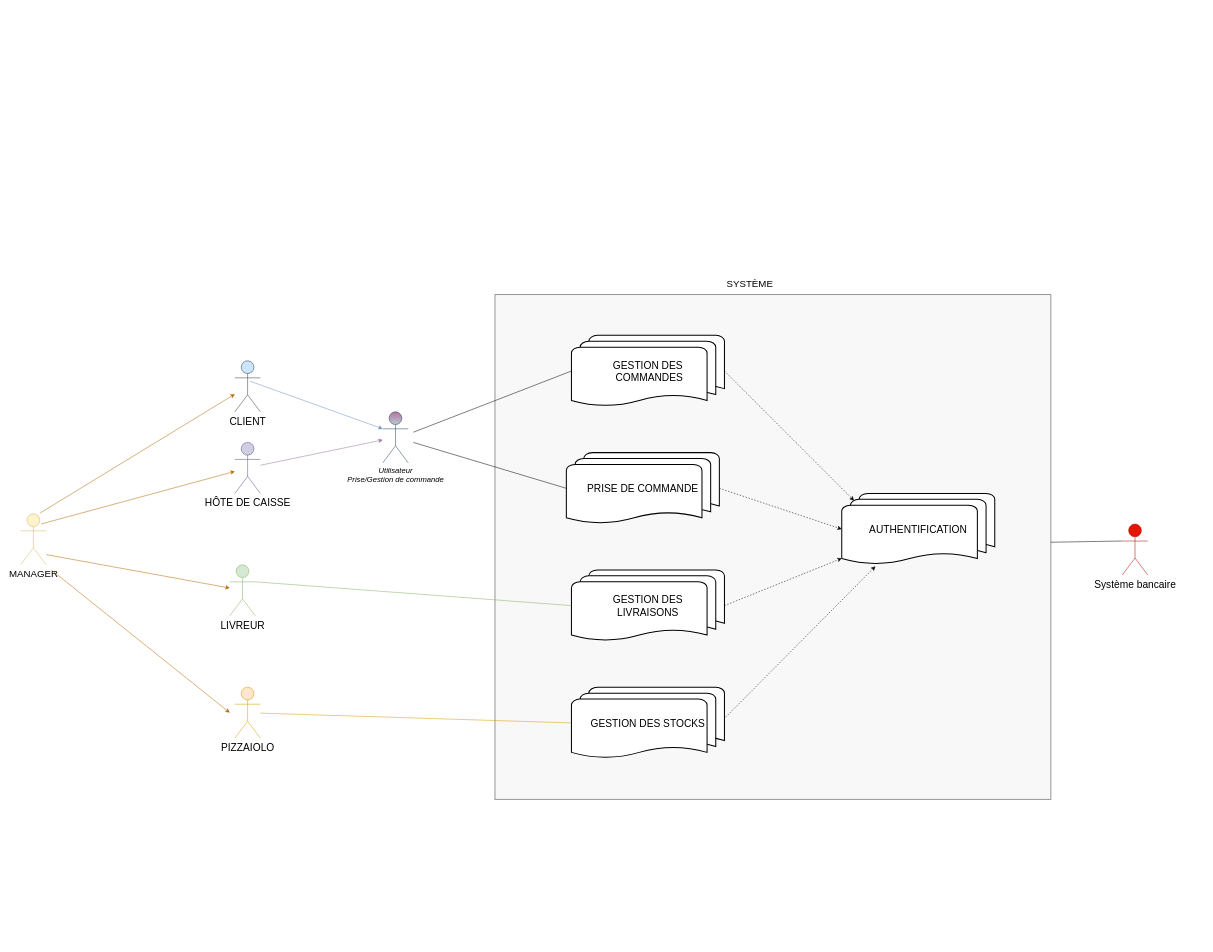
OMorlotti/P4-analyser-les-besoin-de-mon-client-pour-son-groupe-de-pizzerias keeps this draw.io diagram as Client/Untitled Diagram.drawio. Above is the earlier version. Source tidied: cells renumbered, new cells numbered last; positions are measured from the earlier drawing's top-left corner, leaving out a move shared by most shapes. Both pictures are drawn from the tidied source at 51%, with x=0, y=0 at pixel (20, 279).
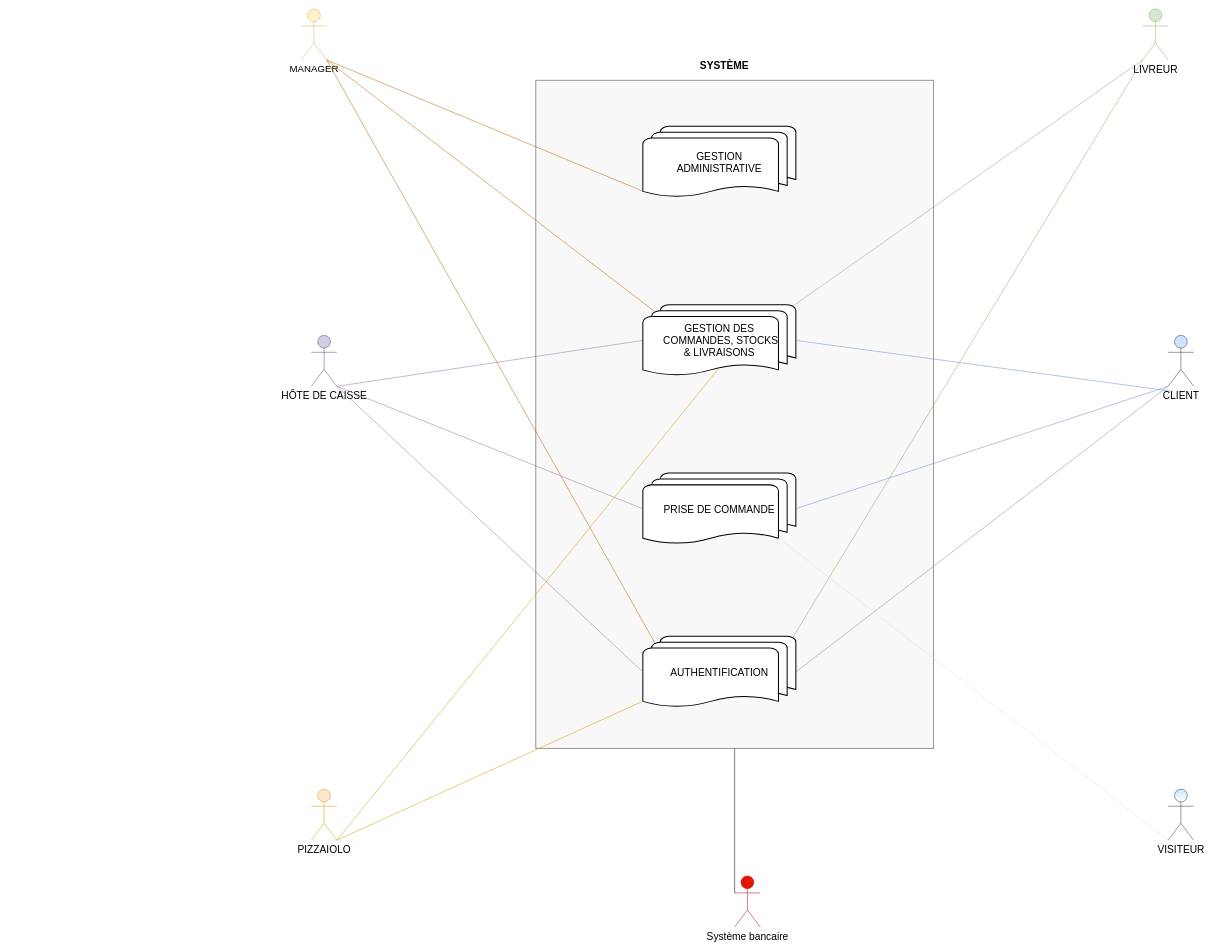
The same diagram, later.

The edit, as a diff of the source:
```diff
@@
     <mxCell id="2" style="rounded=0;whiteSpace=wrap;html=1;fillColor=#eeeeee;strokeColor=#000000;opacity=40;strokeWidth=2;" parent="1" vertex="1">
-      <mxGeometry x="930" y="30" width="1090" height="990" as="geometry" />
+      <mxGeometry x="1010" y="-390" width="780" height="1310" as="geometry" />
     </mxCell>
     <mxCell id="3" value="&lt;font style=&quot;font-size: 20px&quot;&gt;CLIENT&lt;/font&gt;" style="shape=umlActor;verticalLabelPosition=bottom;labelBackgroundColor=#ffffff;verticalAlign=top;html=1;outlineConnect=0;fillColor=#cce5ff;strokeColor=#36393d;" parent="1" vertex="1">
-      <mxGeometry x="420" y="160" width="50" height="100" as="geometry" />
+      <mxGeometry x="2250" y="110" width="50" height="100" as="geometry" />
     </mxCell>
     <mxCell id="4" value="&lt;font style=&quot;font-size: 19px&quot;&gt;MANAGER&lt;/font&gt;" style="shape=umlActor;verticalLabelPosition=bottom;labelBackgroundColor=#ffffff;verticalAlign=top;html=1;outlineConnect=0;fillColor=#fff2cc;strokeColor=#d6b656;" parent="1" vertex="1">
-      <mxGeometry y="460" width="50" height="100" as="geometry" />
+      <mxGeometry x="550" y="-530" width="50" height="100" as="geometry" />
     </mxCell>
-    <mxCell id="5" value="&lt;i style=&quot;font-size: 15px&quot;&gt;Utilisateur&lt;br&gt;Prise/Gestion de commande&lt;/i&gt;" style="shape=umlActor;verticalLabelPosition=bottom;labelBackgroundColor=#ffffff;verticalAlign=top;html=1;outlineConnect=0;gradientDirection=north;fillColor=#bac8d3;strokeColor=#23445d;gradientColor=#B5739D;" parent="1" vertex="1">
-      <mxGeometry x="710" y="260" width="50" height="100" as="geometry" />
-    </mxCell>
     <mxCell id="6" value="&lt;font style=&quot;font-size: 20px&quot;&gt;HÔTE DE CAISSE&lt;/font&gt;" style="shape=umlActor;verticalLabelPosition=bottom;labelBackgroundColor=#ffffff;verticalAlign=top;html=1;outlineConnect=0;fillColor=#d0cee2;strokeColor=#56517e;" parent="1" vertex="1">
-      <mxGeometry x="420" y="320" width="50" height="100" as="geometry" />
+      <mxGeometry x="570" y="110" width="50" height="100" as="geometry" />
     </mxCell>
     <mxCell id="7" value="&lt;font style=&quot;font-size: 20px&quot;&gt;LIVREUR&lt;/font&gt;" style="shape=umlActor;verticalLabelPosition=bottom;labelBackgroundColor=#ffffff;verticalAlign=top;html=1;outlineConnect=0;fillColor=#d5e8d4;strokeColor=#82b366;" parent="1" vertex="1">
-      <mxGeometry x="410" y="560" width="50" height="100" as="geometry" />
+      <mxGeometry x="2200" y="-530" width="50" height="100" as="geometry" />
     </mxCell>
     <mxCell id="8" value="&lt;font style=&quot;font-size: 20px&quot;&gt;PIZZAIOLO&lt;/font&gt;" style="shape=umlActor;verticalLabelPosition=bottom;labelBackgroundColor=#ffffff;verticalAlign=top;html=1;outlineConnect=0;fillColor=#ffe6cc;strokeColor=#d79b00;" parent="1" vertex="1">
-      <mxGeometry x="420" y="800" width="50" height="100" as="geometry" />
+      <mxGeometry x="570" y="1000" width="50" height="100" as="geometry" />
     </mxCell>
     <mxCell id="9" value="&lt;font style=&quot;font-size: 20px&quot; color=&quot;#000000&quot;&gt;Système bancaire&lt;/font&gt;" style="shape=umlActor;verticalLabelPosition=bottom;labelBackgroundColor=#ffffff;verticalAlign=top;html=1;outlineConnect=0;fillColor=#e51400;strokeColor=#B20000;fontColor=#ffffff;" parent="1" vertex="1">
-      <mxGeometry x="2160" y="480" width="50" height="100" as="geometry" />
+      <mxGeometry x="1400" y="1170" width="50" height="100" as="geometry" />
     </mxCell>
-    <mxCell id="10" style="endArrow=classic;html=1;exitX=0.767;exitY=-0.017;exitDx=0;exitDy=0;exitPerimeter=0;fillColor=#fad7ac;strokeColor=#b46504;" parent="1" edge="1" source="4" target="3">
-      <mxGeometry relative="1" as="geometry" />
-    </mxCell>
-    <mxCell id="11" style="endArrow=classic;html=1;fillColor=#fad7ac;strokeColor=#b46504;" parent="1" edge="1" target="6">
-      <mxGeometry relative="1" as="geometry">
-        <mxPoint x="40" y="480" as="sourcePoint" />
-      </mxGeometry>
-    </mxCell>
-    <mxCell id="12" style="endArrow=classic;html=1;fillColor=#fad7ac;strokeColor=#b46504;" parent="1" edge="1" target="7">
-      <mxGeometry relative="1" as="geometry">
-        <mxPoint x="50" y="540" as="sourcePoint" />
-      </mxGeometry>
-    </mxCell>
-    <mxCell id="13" style="endArrow=classic;html=1;fillColor=#fad7ac;strokeColor=#b46504;" parent="1" edge="1">
-      <mxGeometry relative="1" as="geometry">
-        <mxPoint x="60" y="570" as="sourcePoint" />
-        <mxPoint x="410" y="850" as="targetPoint" />
-      </mxGeometry>
-    </mxCell>
-    <mxCell id="14" style="endArrow=classic;html=1;entryX=0;entryY=0.3333333333333333;entryDx=0;entryDy=0;entryPerimeter=0;fillColor=#dae8fc;strokeColor=#6c8ebf;" parent="1" edge="1" target="5">
-      <mxGeometry relative="1" as="geometry">
-        <mxPoint x="450" y="200" as="sourcePoint" />
-      </mxGeometry>
+    <mxCell id="14" style="endArrow=none;html=1;entryX=1;entryY=0.5;entryDx=0;entryDy=0;entryPerimeter=0;fillColor=#dae8fc;strokeColor=#6c8ebf;exitX=0;exitY=1;exitDx=0;exitDy=0;exitPerimeter=0;endFill=0;" parent="1" edge="1" source="3" target="16">
+      <mxGeometry relative="1" as="geometry" />
     </mxCell>
-    <mxCell id="15" style="endArrow=classic;html=1;fillColor=#e1d5e7;strokeColor=#9673a6;" parent="1" edge="1" source="6" target="5">
+    <mxCell id="15" style="endArrow=none;html=1;fillColor=#e1d5e7;strokeColor=#9673a6;entryX=0;entryY=0.5;entryDx=0;entryDy=0;entryPerimeter=0;endFill=0;exitX=1;exitY=1;exitDx=0;exitDy=0;exitPerimeter=0;" parent="1" edge="1" source="6" target="20">
       <mxGeometry relative="1" as="geometry" />
     </mxCell>
     <mxCell id="16" value="&lt;font style=&quot;font-size: 20px&quot;&gt;AUTHENTIFICATION&lt;/font&gt;" style="strokeWidth=2;html=1;shape=mxgraph.flowchart.multi-document;whiteSpace=wrap;gradientColor=none;align=center;" parent="1" vertex="1">
-      <mxGeometry x="1610" y="420" width="300" height="140" as="geometry" />
+      <mxGeometry x="1220" y="700" width="300" height="140" as="geometry" />
     </mxCell>
     <mxCell id="17" value="&lt;span style=&quot;font-size: 20px&quot;&gt;PRISE DE COMMANDE&lt;/span&gt;" style="strokeWidth=2;html=1;shape=mxgraph.flowchart.multi-document;whiteSpace=wrap;gradientColor=none;align=center;" parent="1" vertex="1">
-      <mxGeometry x="1070" y="340" width="300" height="140" as="geometry" />
+      <mxGeometry x="1220" y="380" width="300" height="140" as="geometry" />
     </mxCell>
-    <mxCell id="18" value="&lt;font style=&quot;font-size: 20px&quot;&gt;GESTION DES STOCKS&lt;/font&gt;" style="strokeWidth=2;html=1;shape=mxgraph.flowchart.multi-document;whiteSpace=wrap;gradientColor=none;align=center;" parent="1" vertex="1">
-      <mxGeometry x="1080" y="800" width="300" height="140" as="geometry" />
-    </mxCell>
-    <mxCell id="19" value="&lt;font style=&quot;font-size: 20px&quot;&gt;GESTION DES &lt;br&gt;LIVRAISONS&lt;/font&gt;" style="strokeWidth=2;html=1;shape=mxgraph.flowchart.multi-document;whiteSpace=wrap;gradientColor=none;align=center;" parent="1" vertex="1">
-      <mxGeometry x="1080" y="570" width="300" height="140" as="geometry" />
+    <mxCell id="19" value="&lt;span style=&quot;font-size: 20px&quot;&gt;GESTION&lt;br&gt;ADMINISTRATIVE&lt;/span&gt;" style="strokeWidth=2;html=1;shape=mxgraph.flowchart.multi-document;whiteSpace=wrap;gradientColor=none;align=center;" parent="1" vertex="1">
+      <mxGeometry x="1220" y="-300" width="300" height="140" as="geometry" />
     </mxCell>
-    <mxCell id="20" value="&lt;font style=&quot;font-size: 20px&quot;&gt;GESTION DES&lt;br&gt;&amp;nbsp;COMMANDES&lt;/font&gt;" style="strokeWidth=2;html=1;shape=mxgraph.flowchart.multi-document;whiteSpace=wrap;gradientColor=none;align=center;" parent="1" vertex="1">
-      <mxGeometry x="1080" y="110" width="300" height="140" as="geometry" />
+    <mxCell id="20" value="&lt;font style=&quot;font-size: 20px&quot;&gt;GESTION DES&lt;br&gt;&amp;nbsp;COMMANDES, STOCKS&lt;br&gt;&amp;amp; LIVRAISONS&lt;br&gt;&lt;/font&gt;" style="strokeWidth=2;html=1;shape=mxgraph.flowchart.multi-document;whiteSpace=wrap;gradientColor=none;align=center;" parent="1" vertex="1">
+      <mxGeometry x="1220" y="50" width="300" height="140" as="geometry" />
     </mxCell>
-    <mxCell id="21" style="endArrow=none;html=1;entryX=0;entryY=0.5;entryDx=0;entryDy=0;entryPerimeter=0;endFill=0;" parent="1" edge="1" target="20">
-      <mxGeometry relative="1" as="geometry">
-        <mxPoint x="770" y="300" as="sourcePoint" />
-      </mxGeometry>
-    </mxCell>
-    <mxCell id="22" style="endArrow=none;html=1;exitX=0;exitY=0.5;exitDx=0;exitDy=0;exitPerimeter=0;" parent="1" edge="1" source="17">
-      <mxGeometry relative="1" as="geometry">
-        <mxPoint x="770" y="320" as="targetPoint" />
-      </mxGeometry>
-    </mxCell>
-    <mxCell id="23" style="endArrow=none;html=1;entryX=0;entryY=0.5;entryDx=0;entryDy=0;entryPerimeter=0;exitX=1;exitY=0.3333333333333333;exitDx=0;exitDy=0;exitPerimeter=0;fillColor=#d5e8d4;strokeColor=#82b366;" parent="1" edge="1" source="7" target="19">
+    <mxCell id="23" style="endArrow=none;html=1;entryX=0.98;entryY=0.02;entryDx=0;entryDy=0;entryPerimeter=0;exitX=0;exitY=1;exitDx=0;exitDy=0;exitPerimeter=0;fillColor=#d5e8d4;strokeColor=#82b366;" parent="1" edge="1" source="7" target="20">
       <mxGeometry relative="1" as="geometry" />
     </mxCell>
-    <mxCell id="24" style="endArrow=none;html=1;entryX=0;entryY=0.5;entryDx=0;entryDy=0;entryPerimeter=0;fillColor=#ffe6cc;strokeColor=#d79b00;" parent="1" edge="1" source="8" target="18">
+    <mxCell id="24" style="endArrow=none;html=1;entryX=0.5;entryY=0.88;entryDx=0;entryDy=0;entryPerimeter=0;fillColor=#ffe6cc;strokeColor=#d79b00;exitX=1;exitY=1;exitDx=0;exitDy=0;exitPerimeter=0;" parent="1" edge="1" source="8" target="20">
       <mxGeometry relative="1" as="geometry" />
     </mxCell>
-    <mxCell id="25" style="endArrow=classic;html=1;entryX=0.08;entryY=0.1;entryDx=0;entryDy=0;entryPerimeter=0;exitX=1;exitY=0.5;exitDx=0;exitDy=0;exitPerimeter=0;dashed=1;" parent="1" edge="1" source="20" target="16">
-      <mxGeometry relative="1" as="geometry" />
-    </mxCell>
-    <mxCell id="26" style="endArrow=classic;html=1;dashed=1;exitX=1;exitY=0.5;exitDx=0;exitDy=0;exitPerimeter=0;entryX=0;entryY=0.5;entryDx=0;entryDy=0;entryPerimeter=0;" parent="1" edge="1" source="17" target="16">
-      <mxGeometry relative="1" as="geometry" />
-    </mxCell>
-    <mxCell id="27" style="endArrow=classic;html=1;dashed=1;exitX=1;exitY=0.5;exitDx=0;exitDy=0;exitPerimeter=0;entryX=0;entryY=0.91;entryDx=0;entryDy=0;entryPerimeter=0;" parent="1" edge="1" source="19" target="16">
-      <mxGeometry relative="1" as="geometry" />
-    </mxCell>
-    <mxCell id="28" style="endArrow=classic;html=1;dashed=1;exitX=1.007;exitY=0.421;exitDx=0;exitDy=0;exitPerimeter=0;entryX=0.22;entryY=1.021;entryDx=0;entryDy=0;entryPerimeter=0;" parent="1" edge="1" source="18" target="16">
-      <mxGeometry relative="1" as="geometry" />
-    </mxCell>
+    <mxCell id="30" style="endArrow=none;html=1;entryX=0;entryY=0.3333333333333333;entryDx=0;entryDy=0;entryPerimeter=0;exitX=0.5;exitY=1;exitDx=0;exitDy=0;" parent="1" edge="1" source="2" target="9">
+      <mxGeometry relative="1" as="geometry" />
+    </mxCell>
+    <mxCell id="31" style="endArrow=none;html=1;fillColor=#ffe6cc;strokeColor=#d79b00;entryX=0;entryY=0.91;entryDx=0;entryDy=0;entryPerimeter=0;exitX=1;exitY=1;exitDx=0;exitDy=0;exitPerimeter=0;" parent="1" edge="1" source="8" target="16">
+      <mxGeometry relative="1" as="geometry" />
+    </mxCell>
+    <mxCell id="32" style="endArrow=none;html=1;entryX=0.98;entryY=0.02;entryDx=0;entryDy=0;entryPerimeter=0;fillColor=#d5e8d4;strokeColor=#82b366;exitX=0;exitY=1;exitDx=0;exitDy=0;exitPerimeter=0;" parent="1" edge="1" source="7" target="16">
+      <mxGeometry relative="1" as="geometry" />
+    </mxCell>
+    <mxCell id="33" style="endArrow=none;html=1;entryX=1;entryY=0.5;entryDx=0;entryDy=0;entryPerimeter=0;fillColor=#dae8fc;strokeColor=#6c8ebf;exitX=0;exitY=1;exitDx=0;exitDy=0;exitPerimeter=0;endFill=0;" parent="1" edge="1" source="3" target="17">
+      <mxGeometry relative="1" as="geometry" />
+    </mxCell>
+    <mxCell id="34" style="endArrow=none;html=1;fillColor=#e1d5e7;strokeColor=#9673a6;endFill=0;entryX=0;entryY=0.5;entryDx=0;entryDy=0;entryPerimeter=0;exitX=1;exitY=1;exitDx=0;exitDy=0;exitPerimeter=0;" parent="1" edge="1" source="6" target="16">
+      <mxGeometry relative="1" as="geometry" />
+    </mxCell>
+    <mxCell id="35" style="endArrow=none;html=1;fillColor=#e1d5e7;strokeColor=#9673a6;entryX=0;entryY=0.5;entryDx=0;entryDy=0;entryPerimeter=0;endFill=0;exitX=1;exitY=1;exitDx=0;exitDy=0;exitPerimeter=0;" parent="1" edge="1" source="6" target="17">
+      <mxGeometry relative="1" as="geometry" />
+    </mxCell>
+    <mxCell id="36" style="endArrow=none;html=1;exitX=1;exitY=1;exitDx=0;exitDy=0;exitPerimeter=0;fillColor=#fad7ac;strokeColor=#b46504;entryX=0;entryY=0.91;entryDx=0;entryDy=0;entryPerimeter=0;endFill=0;" parent="1" edge="1" source="4" target="19">
+      <mxGeometry relative="1" as="geometry" />
+    </mxCell>
+    <mxCell id="37" style="endArrow=none;html=1;exitX=1;exitY=1;exitDx=0;exitDy=0;exitPerimeter=0;fillColor=#fad7ac;strokeColor=#b46504;entryX=0.08;entryY=0.1;entryDx=0;entryDy=0;entryPerimeter=0;endFill=0;" parent="1" edge="1" source="4" target="20">
+      <mxGeometry relative="1" as="geometry" />
+    </mxCell>
-    <mxCell id="29" value="&lt;font style=&quot;font-size: 19px&quot;&gt;SYSTÈME&lt;/font&gt;" style="text;html=1;strokeColor=none;fillColor=none;align=center;verticalAlign=middle;whiteSpace=wrap;rounded=0;opacity=40;" parent="1" vertex="1">
-      <mxGeometry x="1410" width="40" height="20" as="geometry" />
+    <mxCell id="29" value="&lt;font style=&quot;font-size: 20px&quot;&gt;&lt;b&gt;SYSTÈME&lt;/b&gt;&lt;/font&gt;" style="text;html=1;strokeColor=none;fillColor=none;align=center;verticalAlign=middle;whiteSpace=wrap;rounded=0;opacity=40;" parent="1" vertex="1">
+      <mxGeometry x="1360" y="-430" width="40" height="20" as="geometry" />
     </mxCell>
-    <mxCell id="30" style="endArrow=none;html=1;entryX=0;entryY=0.3333333333333333;entryDx=0;entryDy=0;entryPerimeter=0;" parent="1" edge="1" source="2" target="9">
-      <mxGeometry relative="1" as="geometry" />
-    </mxCell>
+    <mxCell id="38" style="endArrow=none;html=1;exitX=1;exitY=1;exitDx=0;exitDy=0;exitPerimeter=0;fillColor=#fad7ac;strokeColor=#b46504;entryX=0.08;entryY=0.1;entryDx=0;entryDy=0;entryPerimeter=0;endFill=0;" parent="1" edge="1" source="4" target="16">
+      <mxGeometry relative="1" as="geometry" />
+    </mxCell>
+    <mxCell id="39" style="endArrow=none;html=1;entryX=1;entryY=0.5;entryDx=0;entryDy=0;entryPerimeter=0;fillColor=#dae8fc;strokeColor=#6c8ebf;exitX=0;exitY=1;exitDx=0;exitDy=0;exitPerimeter=0;endFill=0;" parent="1" edge="1" target="20">
+      <mxGeometry relative="1" as="geometry">
+        <mxPoint x="2260" y="220" as="sourcePoint" />
+      </mxGeometry>
+    </mxCell>
+    <mxCell id="40" value="&lt;font style=&quot;font-size: 20px&quot;&gt;VISITEUR&lt;/font&gt;" style="shape=umlActor;verticalLabelPosition=bottom;labelBackgroundColor=#ffffff;verticalAlign=top;html=1;outlineConnect=0;fillColor=#cce5ff;strokeColor=#36393d;gradientColor=#ffffff;" parent="1" vertex="1">
+      <mxGeometry x="2250" y="1000" width="50" height="100" as="geometry" />
+    </mxCell>
+    <mxCell id="41" style="endArrow=none;html=1;entryX=0.885;entryY=0.91;entryDx=0;entryDy=0;entryPerimeter=0;fillColor=#dae8fc;strokeColor=#D4E1F5;exitX=0;exitY=1;exitDx=0;exitDy=0;exitPerimeter=0;endFill=0;" parent="1" edge="1" source="40" target="17">
+      <mxGeometry relative="1" as="geometry" />
+    </mxCell>
```
